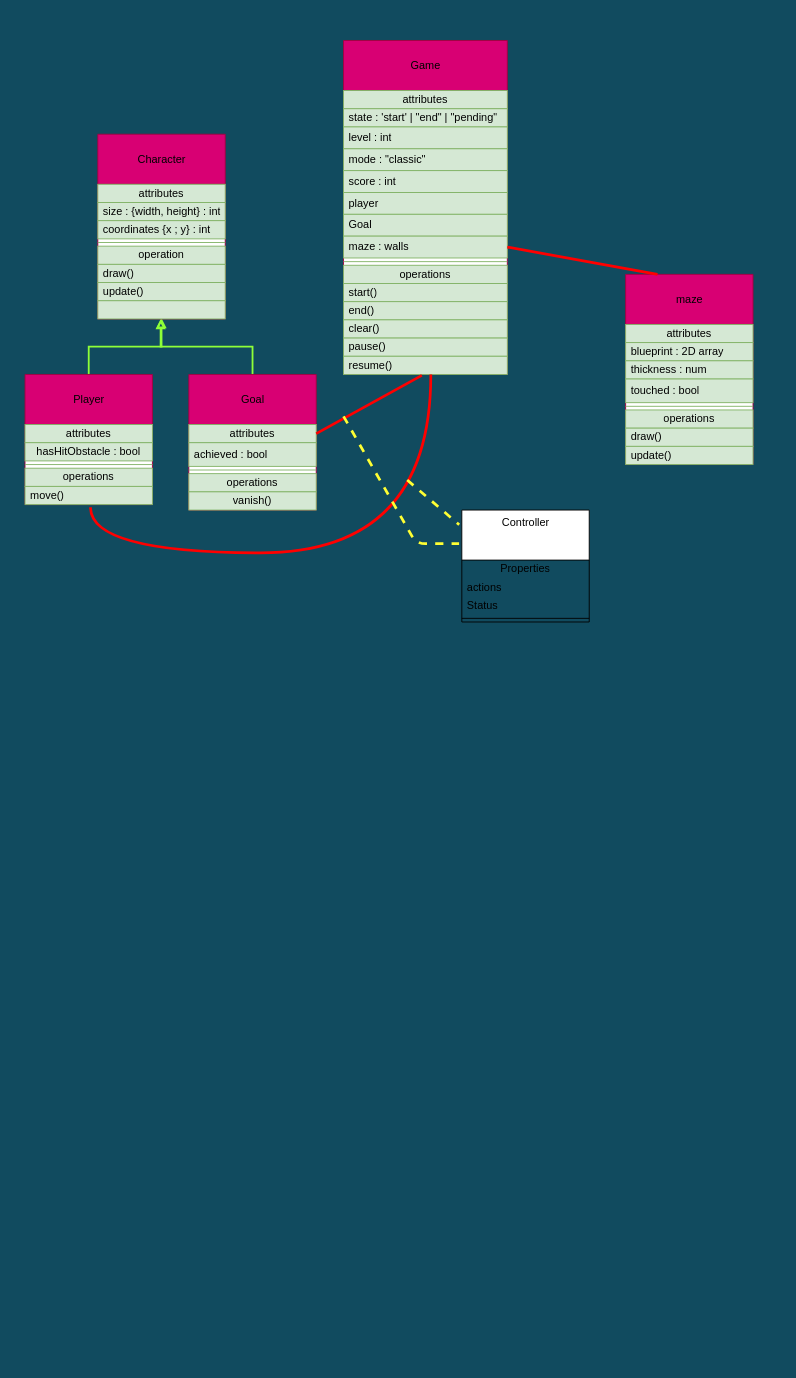
This is page "the maze class diagram" (2 of 4) of Maze game.drawio from Mizou04/maze, a draw.io file, before an edit. Source tidied: cells renumbered, new cells numbered last; positions are measured from the earlier drawing's top-left corner, leaving out a move shared by most shapes. Both pictures are drawn from the tidied source at 91%, with x=0, y=0 at pixel (25, 40).
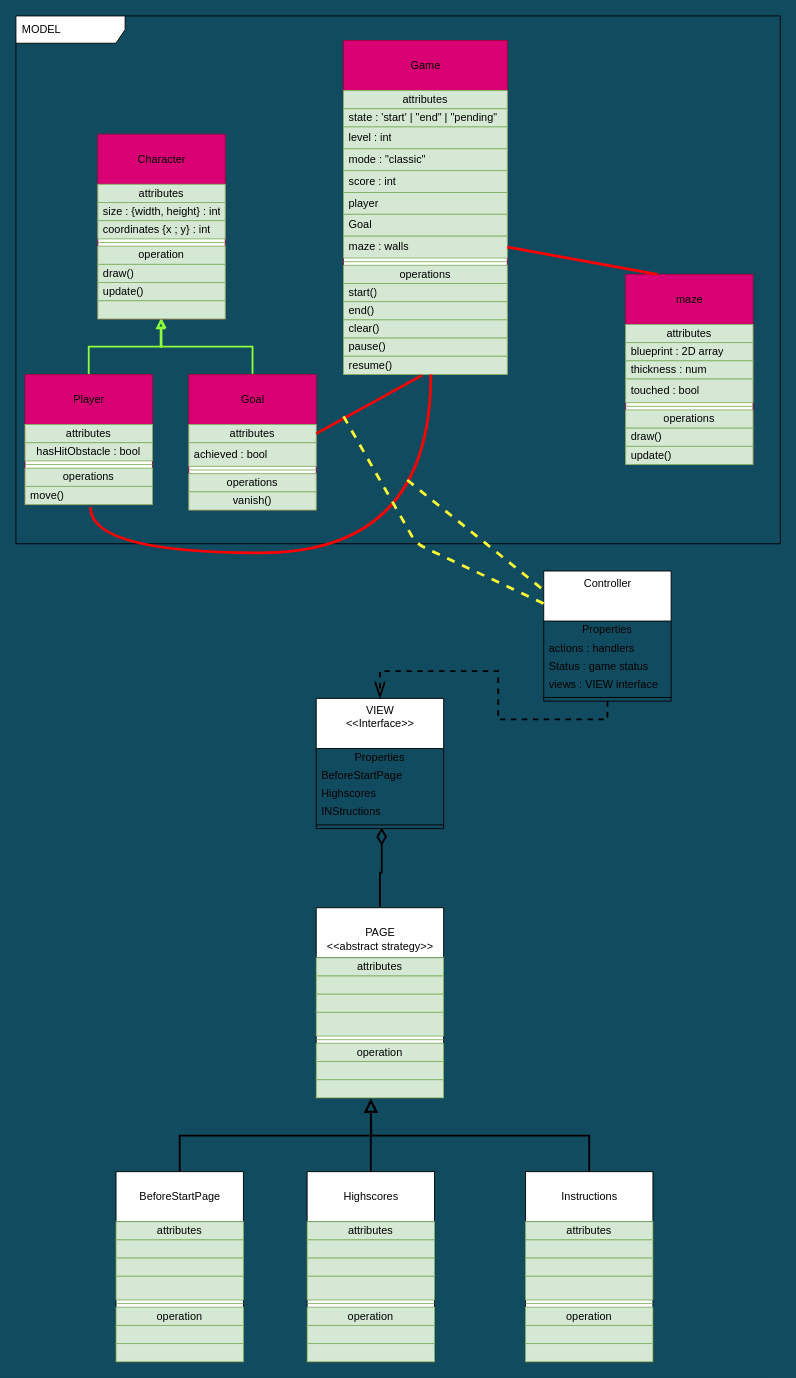
After the change.

Change to the diagram source:
```diff
@@
+    <mxCell id="60" value="MODEL" style="shape=umlFrame;whiteSpace=wrap;html=1;width=120;height=30;boundedLbl=1;verticalAlign=middle;align=left;spacingLeft=5;" parent="1" vertex="1">
+      <mxGeometry x="-10" y="-27" width="840" height="580" as="geometry" />
+    </mxCell>
@@
+    <mxCell id="61" style="edgeStyle=orthogonalEdgeStyle;rounded=0;jettySize=auto;html=1;exitX=0.5;exitY=1;exitDx=0;exitDy=0;entryX=0.5;entryY=0;entryDx=0;entryDy=0;endArrow=openThin;endFill=0;startSize=3;endSize=14;sourcePerimeterSpacing=1;targetPerimeterSpacing=1;strokeWidth=2;dashed=1;" parent="1" edge="1" source="53" target="63">
+      <mxGeometry relative="1" as="geometry" />
+    </mxCell>
     <mxCell id="53" value="Controller" style="swimlane;fontStyle=0;align=center;verticalAlign=top;horizontal=1;startSize=55;html=1;" parent="1" vertex="1">
-      <mxGeometry x="480" y="516" width="140" height="123" as="geometry" />
+      <mxGeometry x="570" y="583" width="140" height="143" as="geometry" />
     </mxCell>
@@
-    <mxCell id="55" value="actions" style="text;html=1;strokeColor=none;fillColor=none;align=left;verticalAlign=middle;spacingLeft=4;spacingRight=4;overflow=hidden;" parent="53" vertex="1">
+    <mxCell id="55" value="actions : handlers" style="text;html=1;strokeColor=none;fillColor=none;align=left;verticalAlign=middle;spacingLeft=4;spacingRight=4;overflow=hidden;" parent="53" vertex="1">
       <mxGeometry y="75" width="140" height="20" as="geometry" />
     </mxCell>
-    <mxCell id="56" value="Status" style="text;html=1;strokeColor=none;fillColor=none;align=left;verticalAlign=middle;spacingLeft=4;spacingRight=4;overflow=hidden;" parent="53" vertex="1">
+    <mxCell id="56" value="Status : game status" style="text;html=1;strokeColor=none;fillColor=none;align=left;verticalAlign=middle;spacingLeft=4;spacingRight=4;overflow=hidden;" parent="53" vertex="1">
       <mxGeometry y="95" width="140" height="20" as="geometry" />
     </mxCell>
+    <mxCell id="62" value="views : VIEW interface" style="text;html=1;strokeColor=none;fillColor=none;align=left;verticalAlign=middle;spacingLeft=4;spacingRight=4;overflow=hidden;" parent="53" vertex="1">
+      <mxGeometry y="115" width="140" height="20" as="geometry" />
+    </mxCell>
     <mxCell id="57" style="line;strokeWidth=1;fillColor=none;align=left;verticalAlign=middle;spacingTop=-1;spacingLeft=3;spacingRight=3;labelPosition=right;" parent="53" vertex="1">
-      <mxGeometry y="115" width="140" height="8" as="geometry" />
+      <mxGeometry y="135" width="140" height="8" as="geometry" />
     </mxCell>
@@
-    <mxCell id="59" style="endArrow=none;startArrow=none;endFill=0;startFill=0;endSize=8;html=1;verticalAlign=bottom;labelBackgroundColor=none;strokeWidth=3;sourcePerimeterSpacing=-2;targetPerimeterSpacing=-5;dashed=1;strokeColor=#FFFF33;" parent="1" edge="1">
+    <mxCell id="59" style="endArrow=none;startArrow=none;endFill=0;startFill=0;endSize=8;html=1;verticalAlign=bottom;labelBackgroundColor=none;strokeWidth=3;sourcePerimeterSpacing=-2;targetPerimeterSpacing=-5;dashed=1;strokeColor=#FFFF33;entryX=0;entryY=0.25;entryDx=0;entryDy=0;" parent="1" edge="1" target="53">
       <mxGeometry relative="1" as="geometry">
         <mxPoint x="350" y="413" as="sourcePoint" />
-        <mxPoint x="477" y="553" as="targetPoint" />
         <Array as="points">
           <mxPoint x="430" y="553" />
         </Array>
       </mxGeometry>
     </mxCell>
+    <mxCell id="63" value="VIEW&lt;br&gt;&amp;lt;&amp;lt;Interface&amp;gt;&amp;gt;" style="swimlane;fontStyle=0;align=center;verticalAlign=top;horizontal=1;startSize=55;html=1;" parent="1" vertex="1">
+      <mxGeometry x="320" y="723" width="140" height="143" as="geometry" />
+    </mxCell>
+    <mxCell id="64" value="Properties" style="text;html=1;strokeColor=none;fillColor=none;align=center;verticalAlign=middle;spacingLeft=4;spacingRight=4;overflow=hidden;" parent="63" vertex="1">
+      <mxGeometry y="55" width="140" height="20" as="geometry" />
+    </mxCell>
+    <mxCell id="65" value="BeforeStartPage" style="text;html=1;strokeColor=none;fillColor=none;align=left;verticalAlign=middle;spacingLeft=4;spacingRight=4;overflow=hidden;" parent="63" vertex="1">
+      <mxGeometry y="75" width="140" height="20" as="geometry" />
+    </mxCell>
+    <mxCell id="66" value="Highscores" style="text;html=1;strokeColor=none;fillColor=none;align=left;verticalAlign=middle;spacingLeft=4;spacingRight=4;overflow=hidden;" parent="63" vertex="1">
+      <mxGeometry y="95" width="140" height="20" as="geometry" />
+    </mxCell>
+    <mxCell id="67" value="INStructions" style="text;html=1;strokeColor=none;fillColor=none;align=left;verticalAlign=middle;spacingLeft=4;spacingRight=4;overflow=hidden;" parent="63" vertex="1">
+      <mxGeometry y="115" width="140" height="20" as="geometry" />
+    </mxCell>
+    <mxCell id="68" style="line;strokeWidth=1;fillColor=none;align=left;verticalAlign=middle;spacingTop=-1;spacingLeft=3;spacingRight=3;labelPosition=right;points=[];portConstraint=eastwest;" parent="63" vertex="1">
+      <mxGeometry y="135" width="140" height="8" as="geometry" />
+    </mxCell>
+    <mxCell id="69" style="edgeStyle=orthogonalEdgeStyle;rounded=0;jettySize=auto;html=1;exitX=0.5;exitY=0;exitDx=0;exitDy=0;endArrow=block;endFill=0;startSize=3;endSize=10;sourcePerimeterSpacing=1;targetPerimeterSpacing=1;strokeWidth=2;" parent="1" edge="1" source="70">
+      <mxGeometry relative="1" as="geometry">
+        <mxPoint x="380" y="1163" as="targetPoint" />
+      </mxGeometry>
+    </mxCell>
+    <mxCell id="70" value="&lt;br&gt;Instructions" style="swimlane;fontStyle=0;align=center;verticalAlign=top;horizontal=1;startSize=55;html=1;rounded=0;sketch=0;swimlaneFillColor=#ffffff;" parent="1" vertex="1">
+      <mxGeometry x="550" y="1243" width="140" height="209" as="geometry" />
+    </mxCell>
+    <mxCell id="71" value="attributes" style="text;html=1;align=center;verticalAlign=middle;spacingLeft=4;spacingRight=4;overflow=hidden;fillColor=#d5e8d4;strokeColor=#82b366;fontColor=#000000;" parent="70" vertex="1">
+      <mxGeometry y="55" width="140" height="20" as="geometry" />
+    </mxCell>
+    <mxCell id="72" value="&lt;br&gt;" style="text;html=1;align=left;verticalAlign=middle;spacingLeft=4;spacingRight=4;overflow=hidden;fillColor=#d5e8d4;strokeColor=#82b366;fontColor=#000000;" parent="70" vertex="1">
+      <mxGeometry y="75" width="140" height="20" as="geometry" />
+    </mxCell>
+    <mxCell id="73" style="text;html=1;align=left;verticalAlign=middle;spacingLeft=4;spacingRight=4;overflow=hidden;fillColor=#d5e8d4;strokeColor=#82b366;fontColor=#000000;" parent="70" vertex="1">
+      <mxGeometry y="95" width="140" height="20" as="geometry" />
+    </mxCell>
+    <mxCell id="74" style="text;html=1;align=left;verticalAlign=middle;spacingLeft=4;spacingRight=4;overflow=hidden;fillColor=#d5e8d4;strokeColor=#82b366;fontColor=#000000;" parent="70" vertex="1">
+      <mxGeometry y="115" width="140" height="26" as="geometry" />
+    </mxCell>
+    <mxCell id="75" style="line;strokeWidth=1;align=left;verticalAlign=middle;spacingTop=-1;spacingLeft=3;spacingRight=3;labelPosition=right;fillColor=#d5e8d4;strokeColor=#82b366;fontColor=#000000;" parent="70" vertex="1">
+      <mxGeometry y="141" width="140" height="8" as="geometry" />
+    </mxCell>
+    <mxCell id="76" value="operation" style="text;html=1;align=center;verticalAlign=middle;spacingLeft=4;spacingRight=4;overflow=hidden;fillColor=#d5e8d4;strokeColor=#82b366;fontColor=#000000;" parent="70" vertex="1">
+      <mxGeometry y="149" width="140" height="20" as="geometry" />
+    </mxCell>
+    <mxCell id="77" style="text;html=1;align=left;verticalAlign=middle;spacingLeft=4;spacingRight=4;overflow=hidden;fillColor=#d5e8d4;strokeColor=#82b366;fontColor=#000000;" parent="70" vertex="1">
+      <mxGeometry y="169" width="140" height="20" as="geometry" />
+    </mxCell>
+    <mxCell id="78" style="text;html=1;align=left;verticalAlign=middle;spacingLeft=4;spacingRight=4;overflow=hidden;fillColor=#d5e8d4;strokeColor=#82b366;fontColor=#000000;" parent="70" vertex="1">
+      <mxGeometry y="189" width="140" height="20" as="geometry" />
+    </mxCell>
+    <mxCell id="79" style="edgeStyle=orthogonalEdgeStyle;rounded=0;jettySize=auto;html=1;exitX=0.5;exitY=0;exitDx=0;exitDy=0;endArrow=block;endFill=0;startSize=3;endSize=10;sourcePerimeterSpacing=1;targetPerimeterSpacing=1;strokeWidth=2;" parent="1" edge="1" source="80">
+      <mxGeometry relative="1" as="geometry">
+        <mxPoint x="380" y="1163" as="targetPoint" />
+        <Array as="points">
+          <mxPoint x="380" y="1223" />
+          <mxPoint x="380" y="1223" />
+        </Array>
+      </mxGeometry>
+    </mxCell>
+    <mxCell id="80" value="&lt;br&gt;Highscores" style="swimlane;fontStyle=0;align=center;verticalAlign=top;horizontal=1;startSize=55;html=1;rounded=0;sketch=0;swimlaneFillColor=#ffffff;" parent="1" vertex="1">
+      <mxGeometry x="310" y="1243" width="140" height="209" as="geometry" />
+    </mxCell>
+    <mxCell id="81" value="attributes" style="text;html=1;align=center;verticalAlign=middle;spacingLeft=4;spacingRight=4;overflow=hidden;fillColor=#d5e8d4;strokeColor=#82b366;fontColor=#000000;" parent="80" vertex="1">
+      <mxGeometry y="55" width="140" height="20" as="geometry" />
+    </mxCell>
+    <mxCell id="82" value="&lt;br&gt;" style="text;html=1;align=left;verticalAlign=middle;spacingLeft=4;spacingRight=4;overflow=hidden;fillColor=#d5e8d4;strokeColor=#82b366;fontColor=#000000;" parent="80" vertex="1">
+      <mxGeometry y="75" width="140" height="20" as="geometry" />
+    </mxCell>
+    <mxCell id="83" style="text;html=1;align=left;verticalAlign=middle;spacingLeft=4;spacingRight=4;overflow=hidden;fillColor=#d5e8d4;strokeColor=#82b366;fontColor=#000000;" parent="80" vertex="1">
+      <mxGeometry y="95" width="140" height="20" as="geometry" />
+    </mxCell>
+    <mxCell id="84" style="text;html=1;align=left;verticalAlign=middle;spacingLeft=4;spacingRight=4;overflow=hidden;fillColor=#d5e8d4;strokeColor=#82b366;fontColor=#000000;" parent="80" vertex="1">
+      <mxGeometry y="115" width="140" height="26" as="geometry" />
+    </mxCell>
+    <mxCell id="85" style="line;strokeWidth=1;align=left;verticalAlign=middle;spacingTop=-1;spacingLeft=3;spacingRight=3;labelPosition=right;fillColor=#d5e8d4;strokeColor=#82b366;fontColor=#000000;" parent="80" vertex="1">
+      <mxGeometry y="141" width="140" height="8" as="geometry" />
+    </mxCell>
+    <mxCell id="86" value="operation" style="text;html=1;align=center;verticalAlign=middle;spacingLeft=4;spacingRight=4;overflow=hidden;fillColor=#d5e8d4;strokeColor=#82b366;fontColor=#000000;" parent="80" vertex="1">
+      <mxGeometry y="149" width="140" height="20" as="geometry" />
+    </mxCell>
+    <mxCell id="87" style="text;html=1;align=left;verticalAlign=middle;spacingLeft=4;spacingRight=4;overflow=hidden;fillColor=#d5e8d4;strokeColor=#82b366;fontColor=#000000;" parent="80" vertex="1">
+      <mxGeometry y="169" width="140" height="20" as="geometry" />
+    </mxCell>
+    <mxCell id="88" style="text;html=1;align=left;verticalAlign=middle;spacingLeft=4;spacingRight=4;overflow=hidden;fillColor=#d5e8d4;strokeColor=#82b366;fontColor=#000000;" parent="80" vertex="1">
+      <mxGeometry y="189" width="140" height="20" as="geometry" />
+    </mxCell>
+    <mxCell id="89" style="edgeStyle=orthogonalEdgeStyle;rounded=0;jettySize=auto;html=1;exitX=0.5;exitY=0;exitDx=0;exitDy=0;endArrow=block;endFill=0;startSize=3;endSize=10;sourcePerimeterSpacing=1;targetPerimeterSpacing=1;strokeWidth=2;" parent="1" edge="1" source="90">
+      <mxGeometry relative="1" as="geometry">
+        <mxPoint x="380" y="1163" as="targetPoint" />
+      </mxGeometry>
+    </mxCell>
+    <mxCell id="90" value="&lt;br&gt;BeforeStartPage" style="swimlane;fontStyle=0;align=center;verticalAlign=top;horizontal=1;startSize=55;html=1;rounded=0;sketch=0;swimlaneFillColor=#ffffff;" parent="1" vertex="1">
+      <mxGeometry x="100" y="1243" width="140" height="209" as="geometry" />
+    </mxCell>
+    <mxCell id="91" value="attributes" style="text;html=1;align=center;verticalAlign=middle;spacingLeft=4;spacingRight=4;overflow=hidden;fillColor=#d5e8d4;strokeColor=#82b366;fontColor=#000000;" parent="90" vertex="1">
+      <mxGeometry y="55" width="140" height="20" as="geometry" />
+    </mxCell>
+    <mxCell id="92" value="&lt;br&gt;" style="text;html=1;align=left;verticalAlign=middle;spacingLeft=4;spacingRight=4;overflow=hidden;fillColor=#d5e8d4;strokeColor=#82b366;fontColor=#000000;" parent="90" vertex="1">
+      <mxGeometry y="75" width="140" height="20" as="geometry" />
+    </mxCell>
+    <mxCell id="93" style="text;html=1;align=left;verticalAlign=middle;spacingLeft=4;spacingRight=4;overflow=hidden;fillColor=#d5e8d4;strokeColor=#82b366;fontColor=#000000;" parent="90" vertex="1">
+      <mxGeometry y="95" width="140" height="20" as="geometry" />
+    </mxCell>
+    <mxCell id="94" style="text;html=1;align=left;verticalAlign=middle;spacingLeft=4;spacingRight=4;overflow=hidden;fillColor=#d5e8d4;strokeColor=#82b366;fontColor=#000000;" parent="90" vertex="1">
+      <mxGeometry y="115" width="140" height="26" as="geometry" />
+    </mxCell>
+    <mxCell id="95" style="line;strokeWidth=1;align=left;verticalAlign=middle;spacingTop=-1;spacingLeft=3;spacingRight=3;labelPosition=right;fillColor=#d5e8d4;strokeColor=#82b366;fontColor=#000000;" parent="90" vertex="1">
+      <mxGeometry y="141" width="140" height="8" as="geometry" />
+    </mxCell>
+    <mxCell id="96" value="operation" style="text;html=1;align=center;verticalAlign=middle;spacingLeft=4;spacingRight=4;overflow=hidden;fillColor=#d5e8d4;strokeColor=#82b366;fontColor=#000000;" parent="90" vertex="1">
+      <mxGeometry y="149" width="140" height="20" as="geometry" />
+    </mxCell>
+    <mxCell id="97" style="text;html=1;align=left;verticalAlign=middle;spacingLeft=4;spacingRight=4;overflow=hidden;fillColor=#d5e8d4;strokeColor=#82b366;fontColor=#000000;" parent="90" vertex="1">
+      <mxGeometry y="169" width="140" height="20" as="geometry" />
+    </mxCell>
+    <mxCell id="98" style="text;html=1;align=left;verticalAlign=middle;spacingLeft=4;spacingRight=4;overflow=hidden;fillColor=#d5e8d4;strokeColor=#82b366;fontColor=#000000;" parent="90" vertex="1">
+      <mxGeometry y="189" width="140" height="20" as="geometry" />
+    </mxCell>
+    <mxCell id="99" style="edgeStyle=orthogonalEdgeStyle;rounded=0;jettySize=auto;html=1;endArrow=diamondThin;endFill=0;startSize=3;endSize=14;sourcePerimeterSpacing=1;targetPerimeterSpacing=1;strokeWidth=2;entryX=0.514;entryY=0.875;entryDx=0;entryDy=0;entryPerimeter=0;" parent="1" edge="1" source="100" target="68">
+      <mxGeometry relative="1" as="geometry" />
+    </mxCell>
+    <mxCell id="100" value="&lt;br&gt;PAGE&lt;br&gt;&amp;lt;&amp;lt;abstract strategy&amp;gt;&amp;gt;" style="swimlane;fontStyle=0;align=center;verticalAlign=top;horizontal=1;startSize=55;html=1;rounded=0;sketch=0;swimlaneFillColor=#ffffff;" parent="1" vertex="1">
+      <mxGeometry x="320" y="953" width="140" height="209" as="geometry" />
+    </mxCell>
+    <mxCell id="101" value="attributes" style="text;html=1;align=center;verticalAlign=middle;spacingLeft=4;spacingRight=4;overflow=hidden;fillColor=#d5e8d4;strokeColor=#82b366;fontColor=#000000;" parent="100" vertex="1">
+      <mxGeometry y="55" width="140" height="20" as="geometry" />
+    </mxCell>
+    <mxCell id="102" value="&lt;br&gt;" style="text;html=1;align=left;verticalAlign=middle;spacingLeft=4;spacingRight=4;overflow=hidden;fillColor=#d5e8d4;strokeColor=#82b366;fontColor=#000000;" parent="100" vertex="1">
+      <mxGeometry y="75" width="140" height="20" as="geometry" />
+    </mxCell>
+    <mxCell id="103" style="text;html=1;align=left;verticalAlign=middle;spacingLeft=4;spacingRight=4;overflow=hidden;fillColor=#d5e8d4;strokeColor=#82b366;fontColor=#000000;" parent="100" vertex="1">
+      <mxGeometry y="95" width="140" height="20" as="geometry" />
+    </mxCell>
+    <mxCell id="104" style="text;html=1;align=left;verticalAlign=middle;spacingLeft=4;spacingRight=4;overflow=hidden;fillColor=#d5e8d4;strokeColor=#82b366;fontColor=#000000;" parent="100" vertex="1">
+      <mxGeometry y="115" width="140" height="26" as="geometry" />
+    </mxCell>
+    <mxCell id="105" style="line;strokeWidth=1;align=left;verticalAlign=middle;spacingTop=-1;spacingLeft=3;spacingRight=3;labelPosition=right;fillColor=#d5e8d4;strokeColor=#82b366;fontColor=#000000;" parent="100" vertex="1">
+      <mxGeometry y="141" width="140" height="8" as="geometry" />
+    </mxCell>
+    <mxCell id="106" value="operation" style="text;html=1;align=center;verticalAlign=middle;spacingLeft=4;spacingRight=4;overflow=hidden;fillColor=#d5e8d4;strokeColor=#82b366;fontColor=#000000;" parent="100" vertex="1">
+      <mxGeometry y="149" width="140" height="20" as="geometry" />
+    </mxCell>
+    <mxCell id="107" style="text;html=1;align=left;verticalAlign=middle;spacingLeft=4;spacingRight=4;overflow=hidden;fillColor=#d5e8d4;strokeColor=#82b366;fontColor=#000000;" parent="100" vertex="1">
+      <mxGeometry y="169" width="140" height="20" as="geometry" />
+    </mxCell>
+    <mxCell id="108" style="text;html=1;align=left;verticalAlign=middle;spacingLeft=4;spacingRight=4;overflow=hidden;fillColor=#d5e8d4;strokeColor=#82b366;fontColor=#000000;" parent="100" vertex="1">
+      <mxGeometry y="189" width="140" height="20" as="geometry" />
+    </mxCell>
```
